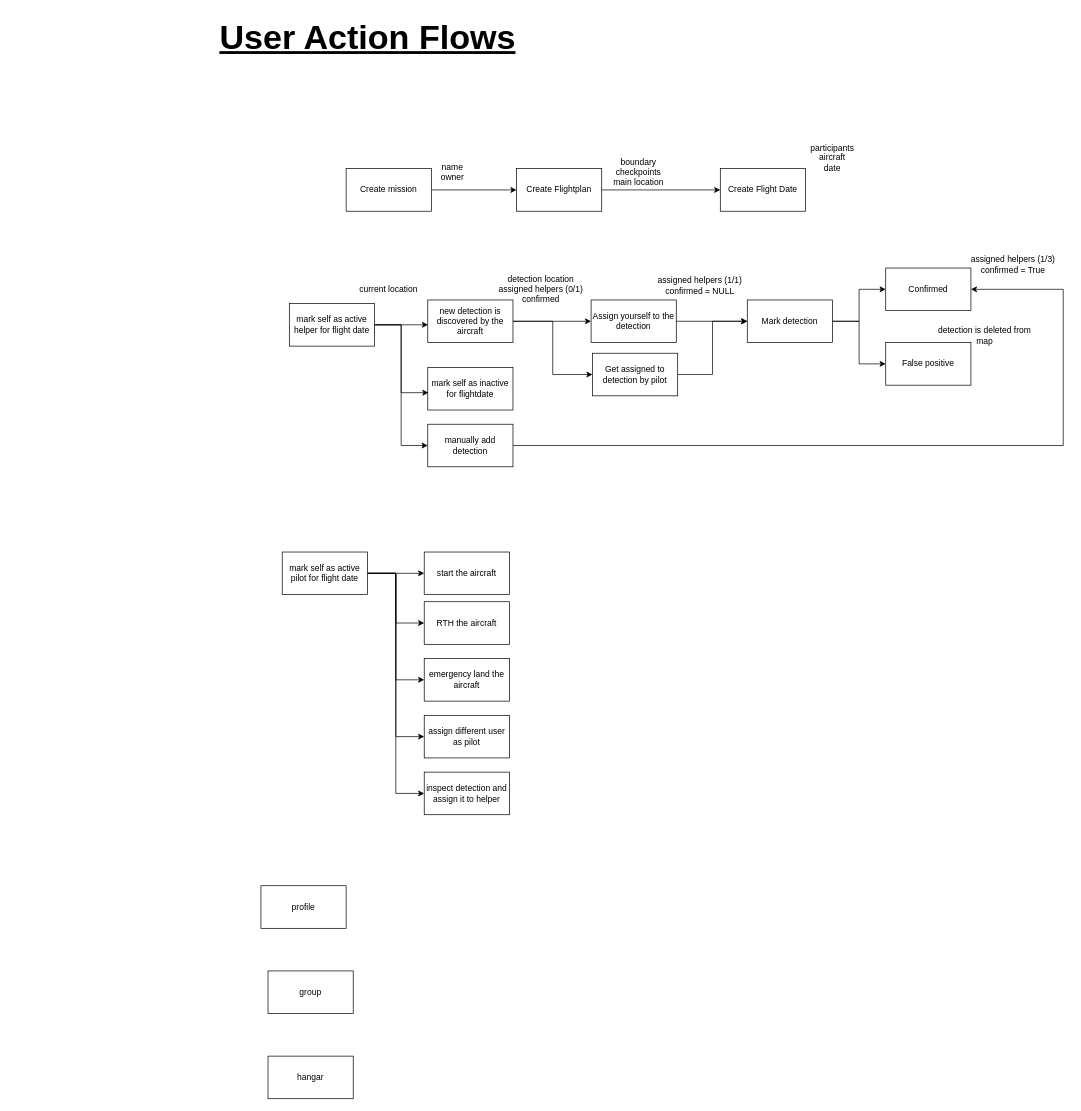
Earlier version of the draw.io diagram UserActions.drawio (FawnRescue/planning). Source tidied: cells renumbered, new cells numbered last; positions are measured from the earlier drawing's top-left corner, leaving out a move shared by most shapes. Both pictures are drawn from the tidied source at 71%, with x=0, y=0 at pixel (211, 12).
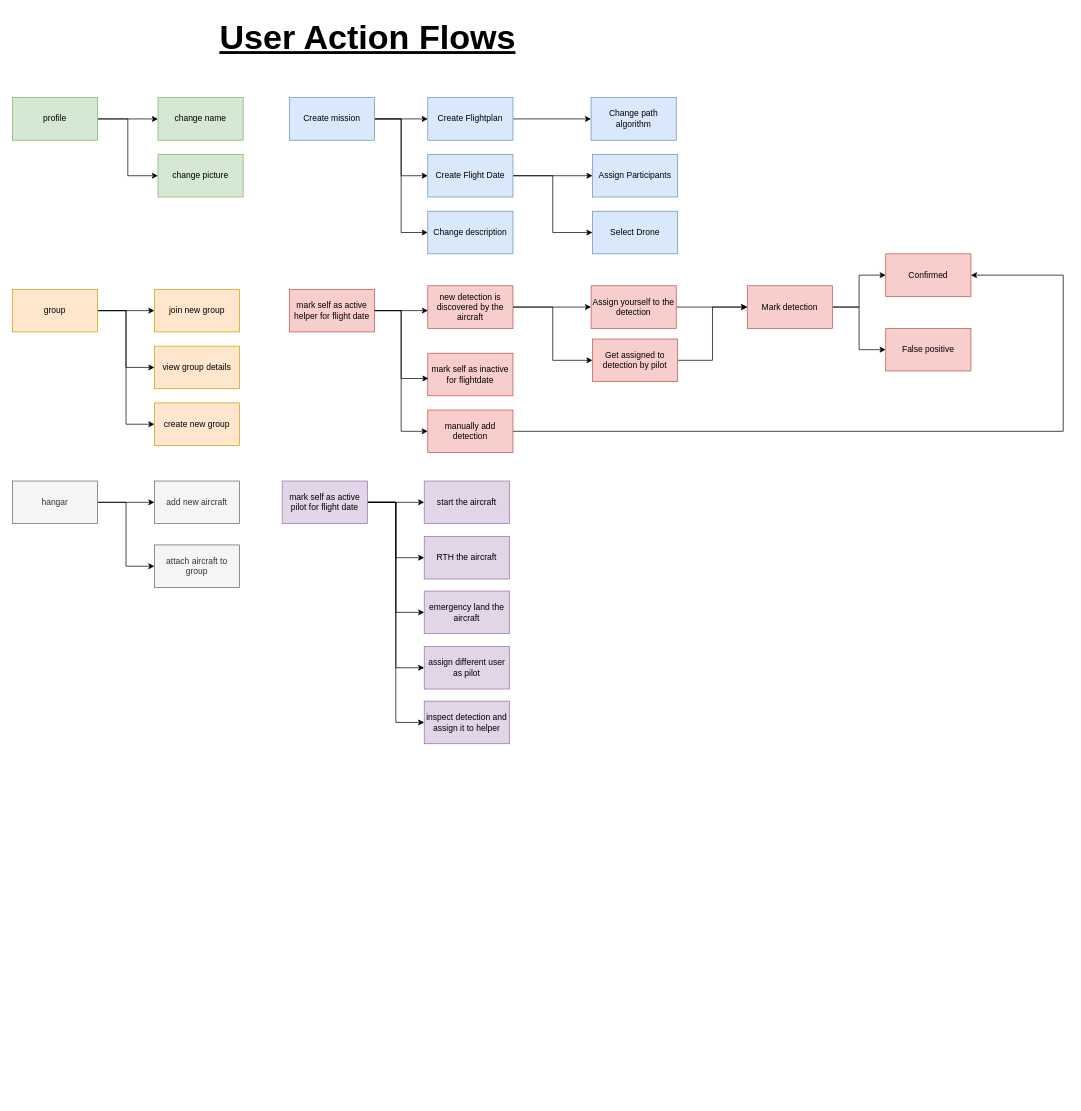
Above is the later version.

The edit, as a diff of the source:
```diff
@@
+    <mxCell id="49" style="edgeStyle=orthogonalEdgeStyle;rounded=0;jettySize=auto;html=1;exitX=1;exitY=0.5;exitDx=0;exitDy=0;entryX=0;entryY=0.5;entryDx=0;entryDy=0;" parent="1" edge="1" source="3" target="8">
+      <mxGeometry relative="1" as="geometry" />
+    </mxCell>
+    <mxCell id="50" style="edgeStyle=orthogonalEdgeStyle;rounded=0;jettySize=auto;html=1;exitX=1;exitY=0.5;exitDx=0;exitDy=0;entryX=0;entryY=0.5;entryDx=0;entryDy=0;" parent="1" edge="1" source="3" target="61">
+      <mxGeometry relative="1" as="geometry" />
+    </mxCell>
-    <mxCell id="3" value="&lt;div&gt;Create mission&lt;/div&gt;" style="rounded=0;whiteSpace=wrap;html=1;" parent="1" vertex="1">
-      <mxGeometry x="190" y="220" width="120" height="60" as="geometry" />
+    <mxCell id="3" value="&lt;div&gt;Create mission&lt;/div&gt;" style="rounded=0;whiteSpace=wrap;html=1;fillColor=#dae8fc;strokeColor=#6c8ebf;" parent="1" vertex="1">
+      <mxGeometry x="110" y="120" width="120" height="60" as="geometry" />
     </mxCell>
-    <mxCell id="4" style="edgeStyle=orthogonalEdgeStyle;rounded=0;jettySize=auto;html=1;entryX=0;entryY=0.5;entryDx=0;entryDy=0;" parent="1" edge="1" source="5" target="8">
-      <mxGeometry relative="1" as="geometry" />
-    </mxCell>
+    <mxCell id="51" style="edgeStyle=orthogonalEdgeStyle;rounded=0;jettySize=auto;html=1;exitX=1;exitY=0.5;exitDx=0;exitDy=0;" parent="1" edge="1" source="5" target="71">
+      <mxGeometry relative="1" as="geometry" />
+    </mxCell>
-    <mxCell id="5" value="Create Flightplan" style="rounded=0;whiteSpace=wrap;html=1;" parent="1" vertex="1">
-      <mxGeometry x="430" y="220" width="120" height="60" as="geometry" />
+    <mxCell id="5" value="Create Flightplan" style="rounded=0;whiteSpace=wrap;html=1;fillColor=#dae8fc;strokeColor=#6c8ebf;" parent="1" vertex="1">
+      <mxGeometry x="305" y="120" width="120" height="60" as="geometry" />
     </mxCell>
-    <mxCell id="6" value="&lt;div&gt;name&lt;/div&gt;&lt;div&gt;owner&lt;br&gt;&lt;/div&gt;" style="text;html=1;strokeColor=none;fillColor=none;align=center;verticalAlign=middle;whiteSpace=wrap;rounded=0;" parent="1" vertex="1">
-      <mxGeometry x="310" y="210" width="60" height="30" as="geometry" />
-    </mxCell>
-    <mxCell id="7" value="&lt;div&gt;boundary&lt;/div&gt;&lt;div&gt;checkpoints&lt;/div&gt;&lt;div&gt;main location&lt;br&gt;&lt;/div&gt;" style="text;html=1;strokeColor=none;fillColor=none;align=center;verticalAlign=middle;whiteSpace=wrap;rounded=0;" parent="1" vertex="1">
-      <mxGeometry x="547" y="210" width="110" height="30" as="geometry" />
-    </mxCell>
+    <mxCell id="52" style="edgeStyle=orthogonalEdgeStyle;rounded=0;jettySize=auto;html=1;exitX=1;exitY=0.5;exitDx=0;exitDy=0;entryX=0;entryY=0.5;entryDx=0;entryDy=0;" parent="1" edge="1" source="8" target="62">
+      <mxGeometry relative="1" as="geometry" />
+    </mxCell>
+    <mxCell id="53" style="edgeStyle=orthogonalEdgeStyle;rounded=0;jettySize=auto;html=1;exitX=1;exitY=0.5;exitDx=0;exitDy=0;entryX=0;entryY=0.5;entryDx=0;entryDy=0;" parent="1" edge="1" source="8" target="63">
+      <mxGeometry relative="1" as="geometry" />
+    </mxCell>
-    <mxCell id="8" value="Create Flight Date" style="rounded=0;whiteSpace=wrap;html=1;" parent="1" vertex="1">
-      <mxGeometry x="717" y="220" width="120" height="60" as="geometry" />
+    <mxCell id="8" value="Create Flight Date" style="rounded=0;whiteSpace=wrap;html=1;fillColor=#dae8fc;strokeColor=#6c8ebf;" parent="1" vertex="1">
+      <mxGeometry x="305" y="200" width="120" height="60" as="geometry" />
     </mxCell>
-    <mxCell id="9" value="&lt;div&gt;participants&lt;/div&gt;&lt;div&gt;aircraft&lt;/div&gt;&lt;div&gt;date&lt;/div&gt;" style="text;html=1;strokeColor=none;fillColor=none;align=center;verticalAlign=middle;whiteSpace=wrap;rounded=0;" parent="1" vertex="1">
-      <mxGeometry x="820" y="190" width="110" height="30" as="geometry" />
-    </mxCell>
@@
-    <mxCell id="11" value="&lt;div&gt;mark self as active helper for flight date&lt;br&gt;&lt;/div&gt;" style="rounded=0;whiteSpace=wrap;html=1;" parent="1" vertex="1">
-      <mxGeometry x="110" y="410" width="120" height="60" as="geometry" />
+    <mxCell id="11" value="&lt;div&gt;mark self as active helper for flight date&lt;br&gt;&lt;/div&gt;" style="rounded=0;whiteSpace=wrap;html=1;fillColor=#f8cecc;strokeColor=#b85450;" parent="1" vertex="1">
+      <mxGeometry x="110" y="390" width="120" height="60" as="geometry" />
     </mxCell>
-    <mxCell id="12" value="current location" style="text;html=1;strokeColor=none;fillColor=none;align=center;verticalAlign=middle;whiteSpace=wrap;rounded=0;" parent="1" vertex="1">
-      <mxGeometry x="195" y="375" width="110" height="30" as="geometry" />
-    </mxCell>
@@
-    <mxCell id="15" value="Mark detection" style="rounded=0;whiteSpace=wrap;html=1;" parent="1" vertex="1">
-      <mxGeometry x="755" y="405" width="120" height="60" as="geometry" />
+    <mxCell id="15" value="Mark detection" style="rounded=0;whiteSpace=wrap;html=1;fillColor=#f8cecc;strokeColor=#b85450;" parent="1" vertex="1">
+      <mxGeometry x="755" y="385" width="120" height="60" as="geometry" />
     </mxCell>
@@
-    <mxCell id="18" value="new detection is discovered by the aircraft" style="rounded=0;whiteSpace=wrap;html=1;" parent="1" vertex="1">
-      <mxGeometry x="305" y="405" width="120" height="60" as="geometry" />
+    <mxCell id="18" value="new detection is discovered by the aircraft" style="rounded=0;whiteSpace=wrap;html=1;fillColor=#f8cecc;strokeColor=#b85450;" parent="1" vertex="1">
+      <mxGeometry x="305" y="385" width="120" height="60" as="geometry" />
     </mxCell>
@@
-    <mxCell id="20" value="&lt;div&gt;mark self as inactive for flightdate&lt;br&gt;&lt;/div&gt;" style="rounded=0;whiteSpace=wrap;html=1;" parent="1" vertex="1">
-      <mxGeometry x="305" y="500" width="120" height="60" as="geometry" />
+    <mxCell id="20" value="&lt;div&gt;mark self as inactive for flightdate&lt;br&gt;&lt;/div&gt;" style="rounded=0;whiteSpace=wrap;html=1;fillColor=#f8cecc;strokeColor=#b85450;" parent="1" vertex="1">
+      <mxGeometry x="305" y="480" width="120" height="60" as="geometry" />
     </mxCell>
@@
-    <mxCell id="22" value="Assign yourself to the detection" style="rounded=0;whiteSpace=wrap;html=1;" parent="1" vertex="1">
-      <mxGeometry x="535" y="405" width="120" height="60" as="geometry" />
+    <mxCell id="22" value="Assign yourself to the detection" style="rounded=0;whiteSpace=wrap;html=1;fillColor=#f8cecc;strokeColor=#b85450;" parent="1" vertex="1">
+      <mxGeometry x="535" y="385" width="120" height="60" as="geometry" />
     </mxCell>
-    <mxCell id="23" value="&lt;div&gt;detection location&lt;/div&gt;&lt;div&gt;assigned helpers (0/1)&lt;/div&gt;&lt;div&gt;confirmed&lt;br&gt;&lt;/div&gt;" style="text;html=1;strokeColor=none;fillColor=none;align=center;verticalAlign=middle;whiteSpace=wrap;rounded=0;" parent="1" vertex="1">
-      <mxGeometry x="385" y="375" width="159" height="30" as="geometry" />
-    </mxCell>
-    <mxCell id="24" value="&lt;div&gt;assigned helpers (1/1)&lt;/div&gt;&lt;div&gt;confirmed = NULL&lt;br&gt;&lt;/div&gt;" style="text;html=1;strokeColor=none;fillColor=none;align=center;verticalAlign=middle;whiteSpace=wrap;rounded=0;" parent="1" vertex="1">
-      <mxGeometry x="609" y="370" width="159" height="30" as="geometry" />
-    </mxCell>
-    <mxCell id="25" value="&lt;div&gt;assigned helpers (1/3)&lt;/div&gt;&lt;div&gt;confirmed = True&lt;br&gt;&lt;/div&gt;" style="text;html=1;strokeColor=none;fillColor=none;align=center;verticalAlign=middle;whiteSpace=wrap;rounded=0;" parent="1" vertex="1">
-      <mxGeometry x="1050" y="340" width="159" height="30" as="geometry" />
-    </mxCell>
-    <mxCell id="26" value="Confirmed" style="rounded=0;whiteSpace=wrap;html=1;" parent="1" vertex="1">
-      <mxGeometry x="950" y="360" width="120" height="60" as="geometry" />
+    <mxCell id="26" value="Confirmed" style="rounded=0;whiteSpace=wrap;html=1;fillColor=#f8cecc;strokeColor=#b85450;" parent="1" vertex="1">
+      <mxGeometry x="950" y="340" width="120" height="60" as="geometry" />
     </mxCell>
-    <mxCell id="27" value="False positive" style="rounded=0;whiteSpace=wrap;html=1;" parent="1" vertex="1">
-      <mxGeometry x="950" y="465" width="120" height="60" as="geometry" />
+    <mxCell id="27" value="False positive" style="rounded=0;whiteSpace=wrap;html=1;fillColor=#f8cecc;strokeColor=#b85450;" parent="1" vertex="1">
+      <mxGeometry x="950" y="445" width="120" height="60" as="geometry" />
     </mxCell>
-    <mxCell id="28" value="detection is deleted from map" style="text;html=1;strokeColor=none;fillColor=none;align=center;verticalAlign=middle;whiteSpace=wrap;rounded=0;" parent="1" vertex="1">
-      <mxGeometry x="1010" y="440" width="159" height="30" as="geometry" />
-    </mxCell>
@@
     <mxCell id="30" style="edgeStyle=orthogonalEdgeStyle;rounded=0;jettySize=auto;html=1;entryX=1;entryY=0.5;entryDx=0;entryDy=0;" parent="1" edge="1" source="31" target="26">
       <mxGeometry relative="1" as="geometry">
         <Array as="points">
-          <mxPoint x="1200" y="610" />
-          <mxPoint x="1200" y="390" />
+          <mxPoint x="1200" y="590" />
+          <mxPoint x="1200" y="370" />
         </Array>
       </mxGeometry>
     </mxCell>
-    <mxCell id="31" value="manually add detection" style="rounded=0;whiteSpace=wrap;html=1;" parent="1" vertex="1">
-      <mxGeometry x="305" y="580" width="120" height="60" as="geometry" />
+    <mxCell id="31" value="manually add detection" style="rounded=0;whiteSpace=wrap;html=1;fillColor=#f8cecc;strokeColor=#b85450;" parent="1" vertex="1">
+      <mxGeometry x="305" y="560" width="120" height="60" as="geometry" />
     </mxCell>
@@
-    <mxCell id="37" value="&lt;div&gt;mark self as active pilot for flight date&lt;br&gt;&lt;/div&gt;" style="rounded=0;whiteSpace=wrap;html=1;" parent="1" vertex="1">
-      <mxGeometry x="100" y="760" width="120" height="60" as="geometry" />
+    <mxCell id="37" value="&lt;div&gt;mark self as active pilot for flight date&lt;br&gt;&lt;/div&gt;" style="rounded=0;whiteSpace=wrap;html=1;fillColor=#e1d5e7;strokeColor=#9673a6;" parent="1" vertex="1">
+      <mxGeometry x="100" y="660" width="120" height="60" as="geometry" />
     </mxCell>
-    <mxCell id="38" value="start the aircraft" style="rounded=0;whiteSpace=wrap;html=1;" parent="1" vertex="1">
-      <mxGeometry x="300" y="760" width="120" height="60" as="geometry" />
+    <mxCell id="38" value="start the aircraft" style="rounded=0;whiteSpace=wrap;html=1;fillColor=#e1d5e7;strokeColor=#9673a6;" parent="1" vertex="1">
+      <mxGeometry x="300" y="660" width="120" height="60" as="geometry" />
     </mxCell>
@@
-    <mxCell id="40" value="Get assigned to detection by pilot" style="rounded=0;whiteSpace=wrap;html=1;" parent="1" vertex="1">
-      <mxGeometry x="537" y="480" width="120" height="60" as="geometry" />
+    <mxCell id="40" value="Get assigned to detection by pilot" style="rounded=0;whiteSpace=wrap;html=1;fillColor=#f8cecc;strokeColor=#b85450;" parent="1" vertex="1">
+      <mxGeometry x="537" y="460" width="120" height="60" as="geometry" />
     </mxCell>
-    <mxCell id="41" value="RTH the aircraft" style="rounded=0;whiteSpace=wrap;html=1;" parent="1" vertex="1">
-      <mxGeometry x="300" y="830" width="120" height="60" as="geometry" />
+    <mxCell id="41" value="RTH the aircraft" style="rounded=0;whiteSpace=wrap;html=1;fillColor=#e1d5e7;strokeColor=#9673a6;" parent="1" vertex="1">
+      <mxGeometry x="300" y="738" width="120" height="60" as="geometry" />
     </mxCell>
-    <mxCell id="42" value="emergency land the aircraft" style="rounded=0;whiteSpace=wrap;html=1;" parent="1" vertex="1">
-      <mxGeometry x="300" y="910" width="120" height="60" as="geometry" />
+    <mxCell id="42" value="emergency land the aircraft" style="rounded=0;whiteSpace=wrap;html=1;fillColor=#e1d5e7;strokeColor=#9673a6;" parent="1" vertex="1">
+      <mxGeometry x="300" y="815" width="120" height="60" as="geometry" />
     </mxCell>
-    <mxCell id="43" value="assign different user as pilot" style="rounded=0;whiteSpace=wrap;html=1;" parent="1" vertex="1">
-      <mxGeometry x="300" y="990" width="120" height="60" as="geometry" />
+    <mxCell id="43" value="assign different user as pilot" style="rounded=0;whiteSpace=wrap;html=1;fillColor=#e1d5e7;strokeColor=#9673a6;" parent="1" vertex="1">
+      <mxGeometry x="300" y="893" width="120" height="60" as="geometry" />
     </mxCell>
-    <mxCell id="44" value="inspect detection and assign it to helper" style="rounded=0;whiteSpace=wrap;html=1;" parent="1" vertex="1">
-      <mxGeometry x="300" y="1070" width="120" height="60" as="geometry" />
+    <mxCell id="44" value="inspect detection and assign it to helper" style="rounded=0;whiteSpace=wrap;html=1;fillColor=#e1d5e7;strokeColor=#9673a6;" parent="1" vertex="1">
+      <mxGeometry x="300" y="970" width="120" height="60" as="geometry" />
     </mxCell>
@@
+    <mxCell id="54" style="edgeStyle=orthogonalEdgeStyle;rounded=0;jettySize=auto;html=1;exitX=1;exitY=0.5;exitDx=0;exitDy=0;entryX=0;entryY=0.5;entryDx=0;entryDy=0;" parent="1" edge="1" source="46" target="64">
+      <mxGeometry relative="1" as="geometry" />
+    </mxCell>
+    <mxCell id="55" style="edgeStyle=orthogonalEdgeStyle;rounded=0;jettySize=auto;html=1;exitX=1;exitY=0.5;exitDx=0;exitDy=0;entryX=0;entryY=0.5;entryDx=0;entryDy=0;" parent="1" edge="1" source="46" target="65">
+      <mxGeometry relative="1" as="geometry" />
+    </mxCell>
-    <mxCell id="46" value="&lt;div&gt;profile&lt;/div&gt;" style="rounded=0;whiteSpace=wrap;html=1;" parent="1" vertex="1">
-      <mxGeometry x="70" y="1230" width="120" height="60" as="geometry" />
+    <mxCell id="46" value="&lt;div&gt;profile&lt;/div&gt;" style="rounded=0;whiteSpace=wrap;html=1;fillColor=#d5e8d4;strokeColor=#82b366;" parent="1" vertex="1">
+      <mxGeometry x="-280" y="120" width="120" height="60" as="geometry" />
     </mxCell>
+    <mxCell id="56" style="edgeStyle=orthogonalEdgeStyle;rounded=0;jettySize=auto;html=1;exitX=1;exitY=0.5;exitDx=0;exitDy=0;entryX=0;entryY=0.5;entryDx=0;entryDy=0;" parent="1" edge="1" source="47" target="66">
+      <mxGeometry relative="1" as="geometry" />
+    </mxCell>
+    <mxCell id="57" style="edgeStyle=orthogonalEdgeStyle;rounded=0;jettySize=auto;html=1;exitX=1;exitY=0.5;exitDx=0;exitDy=0;entryX=0;entryY=0.5;entryDx=0;entryDy=0;" parent="1" edge="1" source="47" target="67">
+      <mxGeometry relative="1" as="geometry" />
+    </mxCell>
+    <mxCell id="58" style="edgeStyle=orthogonalEdgeStyle;rounded=0;jettySize=auto;html=1;exitX=1;exitY=0.5;exitDx=0;exitDy=0;entryX=0;entryY=0.5;entryDx=0;entryDy=0;" parent="1" edge="1" source="47" target="69">
+      <mxGeometry relative="1" as="geometry" />
+    </mxCell>
-    <mxCell id="47" value="group" style="rounded=0;whiteSpace=wrap;html=1;" parent="1" vertex="1">
-      <mxGeometry x="80" y="1350" width="120" height="60" as="geometry" />
+    <mxCell id="47" value="group" style="rounded=0;whiteSpace=wrap;html=1;fillColor=#ffe6cc;strokeColor=#d79b00;" parent="1" vertex="1">
+      <mxGeometry x="-280" y="390" width="120" height="60" as="geometry" />
     </mxCell>
+    <mxCell id="59" style="edgeStyle=orthogonalEdgeStyle;rounded=0;jettySize=auto;html=1;exitX=1;exitY=0.5;exitDx=0;exitDy=0;entryX=0;entryY=0.5;entryDx=0;entryDy=0;" parent="1" edge="1" source="48" target="68">
+      <mxGeometry relative="1" as="geometry" />
+    </mxCell>
+    <mxCell id="60" style="edgeStyle=orthogonalEdgeStyle;rounded=0;jettySize=auto;html=1;exitX=1;exitY=0.5;exitDx=0;exitDy=0;entryX=0;entryY=0.5;entryDx=0;entryDy=0;" parent="1" edge="1" source="48" target="70">
+      <mxGeometry relative="1" as="geometry" />
+    </mxCell>
-    <mxCell id="48" value="hangar" style="rounded=0;whiteSpace=wrap;html=1;" parent="1" vertex="1">
-      <mxGeometry x="80" y="1470" width="120" height="60" as="geometry" />
+    <mxCell id="48" value="hangar" style="rounded=0;whiteSpace=wrap;html=1;fillColor=#f5f5f5;fontColor=#333333;strokeColor=#666666;" parent="1" vertex="1">
+      <mxGeometry x="-280" y="660" width="120" height="60" as="geometry" />
     </mxCell>
+    <mxCell id="61" value="Change description" style="rounded=0;whiteSpace=wrap;html=1;fillColor=#dae8fc;strokeColor=#6c8ebf;" parent="1" vertex="1">
+      <mxGeometry x="305" y="280" width="120" height="60" as="geometry" />
+    </mxCell>
+    <mxCell id="62" value="Assign Participants" style="rounded=0;whiteSpace=wrap;html=1;fillColor=#dae8fc;strokeColor=#6c8ebf;" parent="1" vertex="1">
+      <mxGeometry x="537" y="200" width="120" height="60" as="geometry" />
+    </mxCell>
+    <mxCell id="63" value="Select Drone" style="rounded=0;whiteSpace=wrap;html=1;fillColor=#dae8fc;strokeColor=#6c8ebf;" parent="1" vertex="1">
+      <mxGeometry x="537" y="280" width="120" height="60" as="geometry" />
+    </mxCell>
+    <mxCell id="64" value="change name" style="rounded=0;whiteSpace=wrap;html=1;fillColor=#d5e8d4;strokeColor=#82b366;" parent="1" vertex="1">
+      <mxGeometry x="-75" y="120" width="120" height="60" as="geometry" />
+    </mxCell>
+    <mxCell id="65" value="change picture" style="rounded=0;whiteSpace=wrap;html=1;fillColor=#d5e8d4;strokeColor=#82b366;" parent="1" vertex="1">
+      <mxGeometry x="-75" y="200" width="120" height="60" as="geometry" />
+    </mxCell>
+    <mxCell id="66" value="join new group" style="rounded=0;whiteSpace=wrap;html=1;fillColor=#ffe6cc;strokeColor=#d79b00;" parent="1" vertex="1">
+      <mxGeometry x="-80" y="390" width="120" height="60" as="geometry" />
+    </mxCell>
+    <mxCell id="67" value="view group details" style="rounded=0;whiteSpace=wrap;html=1;fillColor=#ffe6cc;strokeColor=#d79b00;" parent="1" vertex="1">
+      <mxGeometry x="-80" y="470" width="120" height="60" as="geometry" />
+    </mxCell>
+    <mxCell id="68" value="add new aircraft" style="rounded=0;whiteSpace=wrap;html=1;fillColor=#f5f5f5;fontColor=#333333;strokeColor=#666666;" parent="1" vertex="1">
+      <mxGeometry x="-80" y="660" width="120" height="60" as="geometry" />
+    </mxCell>
+    <mxCell id="69" value="create new group" style="rounded=0;whiteSpace=wrap;html=1;fillColor=#ffe6cc;strokeColor=#d79b00;" parent="1" vertex="1">
+      <mxGeometry x="-80" y="550" width="120" height="60" as="geometry" />
+    </mxCell>
+    <mxCell id="70" value="attach aircraft to group" style="rounded=0;whiteSpace=wrap;html=1;fillColor=#f5f5f5;fontColor=#333333;strokeColor=#666666;" parent="1" vertex="1">
+      <mxGeometry x="-80" y="750" width="120" height="60" as="geometry" />
+    </mxCell>
+    <mxCell id="71" value="Change path algorithm" style="rounded=0;whiteSpace=wrap;html=1;fillColor=#dae8fc;strokeColor=#6c8ebf;" parent="1" vertex="1">
+      <mxGeometry x="535" y="120" width="120" height="60" as="geometry" />
+    </mxCell>
```
